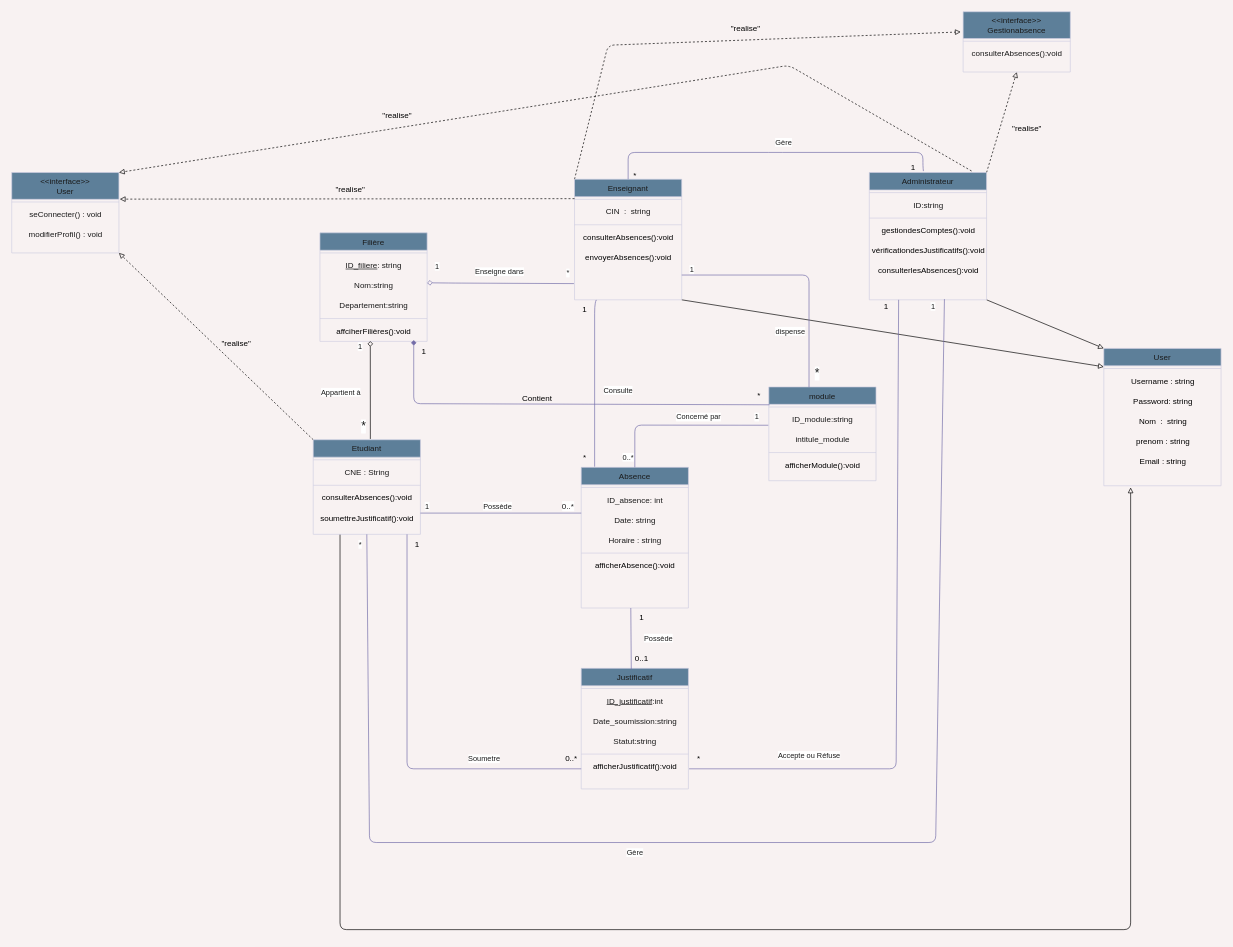
Earlier version of the draw.io diagram uml/diagrame_de_classe.drawio (Marcel-Fassou-28/Gestion_Absence_PFA). Source tidied: cells renumbered, new cells numbered last; positions are measured from the earlier drawing's top-left corner, leaving out a move shared by most shapes. Both pictures are drawn from the tidied source at 67%, with x=0, y=0 at pixel (11, 11).
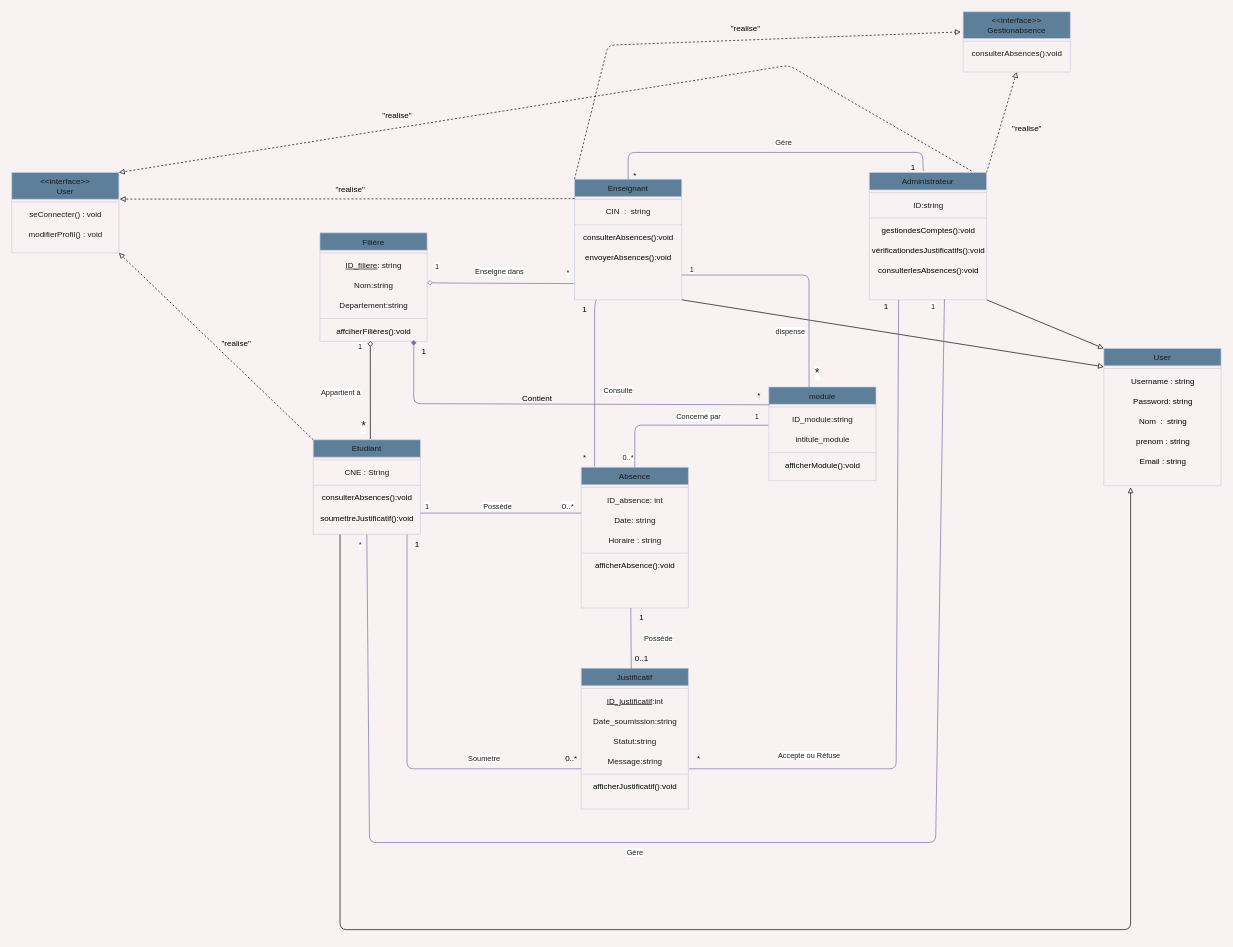
Above is the later version.

Commit message (it also covers changes not shown here):
Amélioration des diagrammes UML

Diff of the diagram source:
```diff
@@
     <mxCell id="72" value="Justificatif" style="swimlane;fontStyle=0;align=center;verticalAlign=top;horizontal=1;startSize=26;rounded=0;shadow=0;strokeWidth=1;labelBackgroundColor=none;fillColor=#5D7F99;strokeColor=#D0CEE2;fontColor=#1A1A1A;" parent="1" vertex="1">
-      <mxGeometry x="850" y="980" width="160" height="180" as="geometry" />
+      <mxGeometry x="850" y="980" width="160" height="210" as="geometry" />
     </mxCell>
@@
+    <mxCell id="123" value="Message:string" style="text;html=1;align=center;verticalAlign=middle;strokeColor=none;fillColor=none;fontColor=#1A1A1A;" parent="72" vertex="1">
+      <mxGeometry y="124" width="160" height="30" as="geometry" />
+    </mxCell>
     <mxCell id="77" style="line;html=1;strokeWidth=1;align=left;verticalAlign=middle;spacingTop=-1;spacingLeft=3;spacingRight=3;labelPosition=right;labelBackgroundColor=none;fillColor=#5D7F99;strokeColor=#D0CEE2;fontColor=#1A1A1A;rounded=0;" parent="72" vertex="1">
-      <mxGeometry y="124" width="160" height="8" as="geometry" />
+      <mxGeometry y="154" width="160" height="8" as="geometry" />
     </mxCell>
     <mxCell id="78" value="afficherJustificatif():void" style="text;html=1;align=center;verticalAlign=middle;strokeColor=none;fillColor=none;" parent="72" vertex="1">
-      <mxGeometry y="132" width="160" height="30" as="geometry" />
+      <mxGeometry y="162" width="160" height="30" as="geometry" />
     </mxCell>
```
